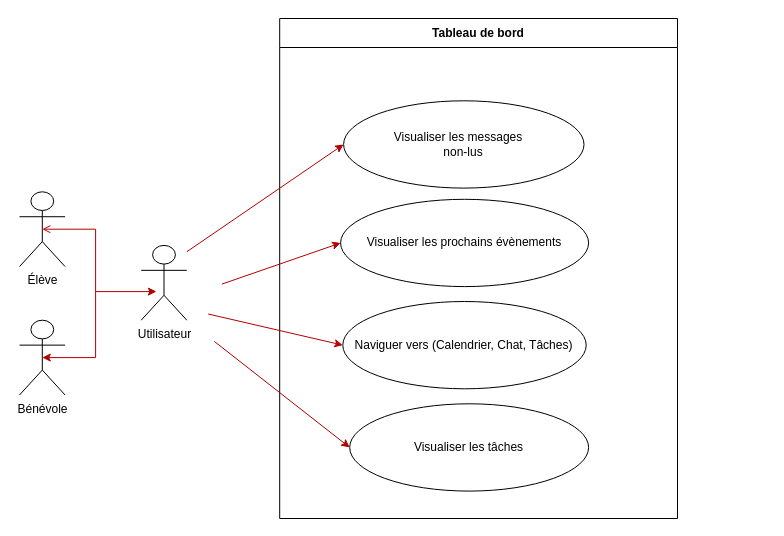
Before: page "Tableau de bord" (3 of 6) of Diagrammes/Diagrammes.drawio in diamouhamed/P3-OC, a draw.io diagram. Source tidied: cells renumbered, new cells numbered last; positions are measured from the earlier drawing's top-left corner, leaving out a move shared by most shapes. Both pictures are drawn from the tidied source at 100%, with x=0, y=0 at pixel (19, 18).
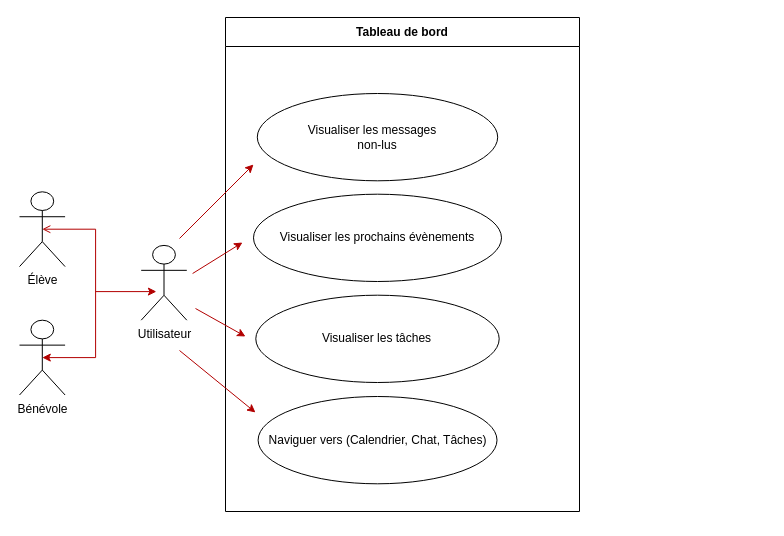
Above is the later version.

Change to the diagram source:
```diff
@@
-    <mxCell id="2" style="group;" parent="1" vertex="1">
-      <mxGeometry width="747" height="500" as="geometry" />
-    </mxCell>
-    <mxCell id="3" value="Tableau de bord" style="swimlane;whiteSpace=wrap;startSize=29;" parent="2" vertex="1">
-      <mxGeometry x="260.2" width="397.8" height="500" as="geometry" />
+    <mxCell id="3" value="Tableau de bord" style="swimlane;whiteSpace=wrap;startSize=29;" parent="1" vertex="1">
+      <mxGeometry x="206" y="-1" width="354" height="494" as="geometry" />
     </mxCell>
-    <mxCell id="4" value="Naviguer vers (Calendrier, Chat, Tâches)" style="ellipse;whiteSpace=wrap;html=1;labelBackgroundColor=none;fontSize=12;fontColor=#000000;strokeColor=default;" parent="3" vertex="1">
-      <mxGeometry x="63.1" y="283" width="243.4" height="87.3" as="geometry" />
+    <mxCell id="4" value="&lt;span style=&quot;&quot;&gt;Visualiser les tâches&lt;/span&gt;" style="ellipse;whiteSpace=wrap;html=1;labelBackgroundColor=none;fontSize=12;fontColor=#000000;strokeColor=default;" parent="3" vertex="1">
+      <mxGeometry x="30.3" y="277.7" width="243.4" height="87.3" as="geometry" />
     </mxCell>
     <mxCell id="5" value="Visualiser les prochains évènements" style="ellipse;whiteSpace=wrap;html=1;labelBackgroundColor=none;fontSize=12;fontColor=#000000;strokeColor=default;" parent="3" vertex="1">
-      <mxGeometry x="60.9" y="180.8" width="248" height="87.3" as="geometry" />
+      <mxGeometry x="28" y="176.7" width="248" height="87.3" as="geometry" />
     </mxCell>
     <mxCell id="6" value="Visualiser les messages&amp;nbsp; &amp;nbsp;&lt;br&gt;non-lus" style="ellipse;whiteSpace=wrap;html=1;labelBackgroundColor=none;fontSize=12;fontColor=#000000;strokeColor=default;" parent="3" vertex="1">
-      <mxGeometry x="63.9" y="82.3" width="240.4" height="87.3" as="geometry" />
+      <mxGeometry x="31.8" y="76" width="240.4" height="87.3" as="geometry" />
     </mxCell>
-    <mxCell id="7" style="endArrow=classic;html=1;rounded=0;fontSize=12;fontColor=#000000;entryX=0;entryY=0.5;entryDx=0;entryDy=0;fillColor=#e51400;strokeColor=#B20000;" parent="3" edge="1" target="5">
-      <mxGeometry relative="1" as="geometry">
-        <mxPoint x="-57.8" y="265.6" as="sourcePoint" />
-      </mxGeometry>
-    </mxCell>
-    <mxCell id="8" style="endArrow=classic;html=1;rounded=0;fontSize=12;fontColor=#000000;fillColor=#e51400;strokeColor=#B20000;entryX=0;entryY=0.5;entryDx=0;entryDy=0;" parent="3" edge="1" target="9">
-      <mxGeometry relative="1" as="geometry">
-        <mxPoint x="-65.4" y="322.9" as="sourcePoint" />
-      </mxGeometry>
-    </mxCell>
-    <mxCell id="9" value="Visualiser les tâches" style="ellipse;whiteSpace=wrap;html=1;labelBackgroundColor=none;fontSize=12;fontColor=#000000;strokeColor=default;" parent="3" vertex="1">
-      <mxGeometry x="70" y="385.3" width="238.9" height="87.3" as="geometry" />
+    <mxCell id="9" value="Naviguer vers (Calendrier, Chat, Tâches)" style="ellipse;whiteSpace=wrap;html=1;labelBackgroundColor=none;fontSize=12;fontColor=#000000;strokeColor=default;" parent="3" vertex="1">
+      <mxGeometry x="32.6" y="379" width="238.9" height="87.3" as="geometry" />
     </mxCell>
-    <mxCell id="10" style="group;" parent="2" vertex="1">
-      <mxGeometry y="173.3" width="167.4" height="203.2" as="geometry" />
-    </mxCell>
+    <mxCell id="18" style="endArrow=classic;html=1;rounded=0;fontSize=12;fontColor=#000000;fillColor=#e51400;strokeColor=#B20000;" parent="3" edge="1">
+      <mxGeometry relative="1" as="geometry">
+        <mxPoint x="-32.9" y="256" as="sourcePoint" />
+        <mxPoint x="17" y="225" as="targetPoint" />
+      </mxGeometry>
+    </mxCell>
-    <mxCell id="11" value="Élève" style="shape=umlActor;verticalLabelPosition=bottom;verticalAlign=top;html=1;outlineConnect=0;labelBackgroundColor=none;fontSize=12;fontColor=#000000;strokeColor=default;" parent="10" vertex="1">
-      <mxGeometry width="45.6" height="74.8" as="geometry" />
+    <mxCell id="11" value="Élève" style="shape=umlActor;verticalLabelPosition=bottom;verticalAlign=top;html=1;outlineConnect=0;labelBackgroundColor=none;fontSize=12;fontColor=#000000;strokeColor=default;" parent="1" vertex="1">
+      <mxGeometry y="173.3" width="45.6" height="74.8" as="geometry" />
     </mxCell>
-    <mxCell id="12" value="Bénévole" style="shape=umlActor;verticalLabelPosition=bottom;verticalAlign=top;html=1;outlineConnect=0;labelBackgroundColor=none;fontSize=12;fontColor=#000000;strokeColor=default;" parent="10" vertex="1">
-      <mxGeometry y="128.4" width="45.6" height="74.8" as="geometry" />
+    <mxCell id="12" value="Bénévole" style="shape=umlActor;verticalLabelPosition=bottom;verticalAlign=top;html=1;outlineConnect=0;labelBackgroundColor=none;fontSize=12;fontColor=#000000;strokeColor=default;" parent="1" vertex="1">
+      <mxGeometry y="301.7" width="45.6" height="74.8" as="geometry" />
     </mxCell>
-    <mxCell id="13" value="Utilisateur" style="shape=umlActor;verticalLabelPosition=bottom;verticalAlign=top;html=1;labelBackgroundColor=none;fontSize=12;fontColor=#000000;strokeColor=default;" parent="10" vertex="1">
-      <mxGeometry x="121.7" y="53.6" width="45.6" height="74.8" as="geometry" />
+    <mxCell id="13" value="Utilisateur" style="shape=umlActor;verticalLabelPosition=bottom;verticalAlign=top;html=1;labelBackgroundColor=none;fontSize=12;fontColor=#000000;strokeColor=default;" parent="1" vertex="1">
+      <mxGeometry x="121.7" y="226.9" width="45.6" height="74.8" as="geometry" />
     </mxCell>
-    <mxCell id="14" style="edgeStyle=elbowEdgeStyle;elbow=horizontal;strokeColor=#B20000;endArrow=open;endFill=1;rounded=0;exitX=0.5;exitY=0.5;exitDx=0;exitDy=0;exitPerimeter=0;entryX=0.5;entryY=0.5;entryDx=0;entryDy=0;entryPerimeter=0;startArrow=classic;startFill=1;fillColor=#e51400;" parent="10" edge="1" source="12" target="11">
+    <mxCell id="14" style="edgeStyle=elbowEdgeStyle;elbow=horizontal;strokeColor=#B20000;endArrow=open;endFill=1;rounded=0;exitX=0.5;exitY=0.5;exitDx=0;exitDy=0;exitPerimeter=0;entryX=0.5;entryY=0.5;entryDx=0;entryDy=0;entryPerimeter=0;startArrow=classic;startFill=1;fillColor=#e51400;" parent="1" edge="1" source="12" target="11">
       <mxGeometry relative="1" as="geometry">
         <Array as="points">
-          <mxPoint x="76.1" y="112.2" />
-          <mxPoint x="112.6" y="118.5" />
+          <mxPoint x="76.1" y="285.5" />
+          <mxPoint x="112.6" y="291.8" />
         </Array>
       </mxGeometry>
     </mxCell>
-    <mxCell id="15" style="endArrow=classic;html=1;rounded=0;fontSize=12;fontColor=#000000;fillColor=#e51400;strokeColor=#B20000;" parent="10" edge="1">
+    <mxCell id="15" style="endArrow=classic;html=1;rounded=0;fontSize=12;fontColor=#000000;fillColor=#e51400;strokeColor=#B20000;" parent="1" edge="1">
       <mxGeometry relative="1" as="geometry">
-        <mxPoint x="76.1" y="99.8" as="sourcePoint" />
-        <mxPoint x="136.9" y="99.8" as="targetPoint" />
+        <mxPoint x="76.1" y="273.1" as="sourcePoint" />
+        <mxPoint x="136.9" y="273.1" as="targetPoint" />
       </mxGeometry>
     </mxCell>
-    <mxCell id="16" style="endArrow=classic;html=1;rounded=0;fontSize=12;fontColor=#000000;fillColor=#e51400;strokeColor=#B20000;entryX=0;entryY=0.5;entryDx=0;entryDy=0;" parent="2" edge="1" target="4">
-      <mxGeometry relative="1" as="geometry">
-        <mxPoint x="188.7" y="295.5" as="sourcePoint" />
-      </mxGeometry>
-    </mxCell>
-    <mxCell id="17" style="endArrow=classic;html=1;rounded=0;fontSize=12;fontColor=#000000;entryX=0;entryY=0.5;entryDx=0;entryDy=0;fillColor=#e51400;strokeColor=#B20000;" parent="2" edge="1" target="6">
-      <mxGeometry relative="1" as="geometry">
-        <mxPoint x="167.4" y="233.2" as="sourcePoint" />
-      </mxGeometry>
-    </mxCell>
+    <mxCell id="19" style="endArrow=classic;html=1;rounded=0;fontSize=12;fontColor=#000000;fillColor=#e51400;strokeColor=#B20000;" parent="1" edge="1">
+      <mxGeometry relative="1" as="geometry">
+        <mxPoint x="176" y="290" as="sourcePoint" />
+        <mxPoint x="226" y="318" as="targetPoint" />
+      </mxGeometry>
+    </mxCell>
+    <mxCell id="20" style="endArrow=classic;html=1;rounded=0;fontSize=12;fontColor=#000000;fillColor=#e51400;strokeColor=#B20000;" parent="1" edge="1">
+      <mxGeometry relative="1" as="geometry">
+        <mxPoint x="160" y="220" as="sourcePoint" />
+        <mxPoint x="234" y="146" as="targetPoint" />
+      </mxGeometry>
+    </mxCell>
+    <mxCell id="21" style="endArrow=classic;html=1;rounded=0;fontSize=12;fontColor=#000000;fillColor=#e51400;strokeColor=#B20000;" parent="1" edge="1">
+      <mxGeometry relative="1" as="geometry">
+        <mxPoint x="160" y="332" as="sourcePoint" />
+        <mxPoint x="236" y="394" as="targetPoint" />
+      </mxGeometry>
+    </mxCell>
```
